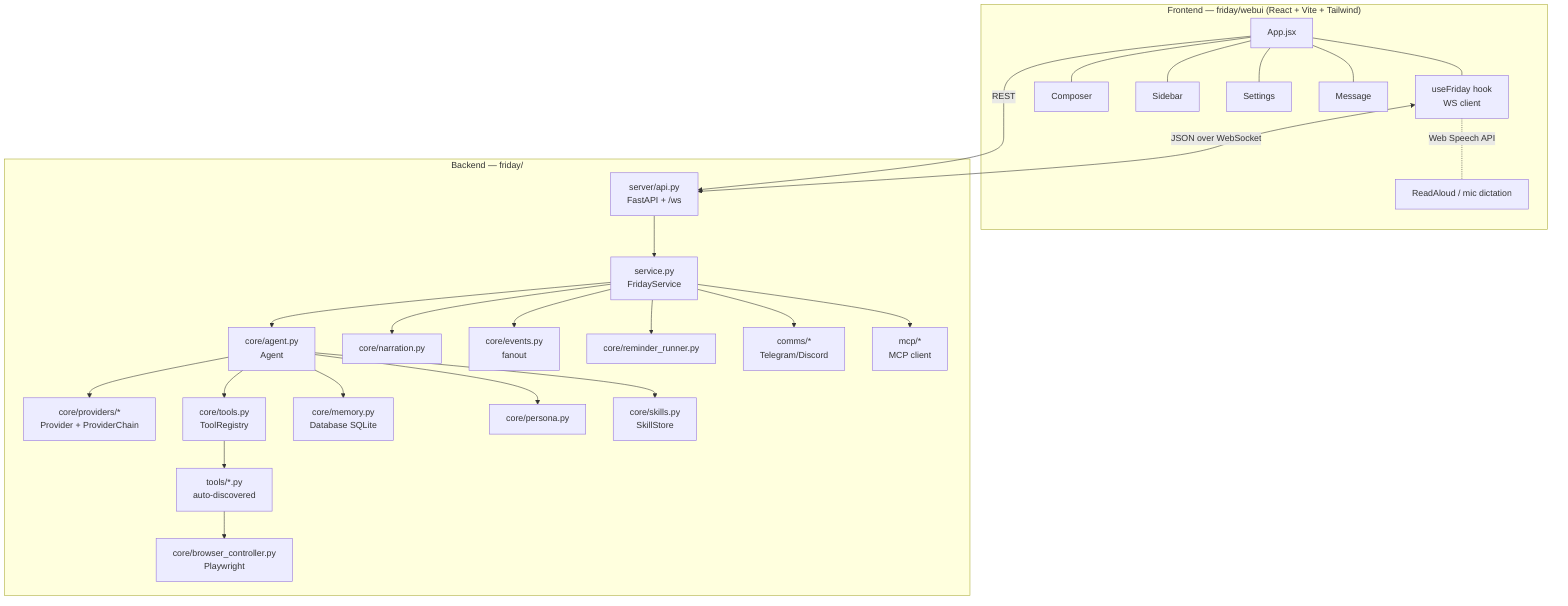
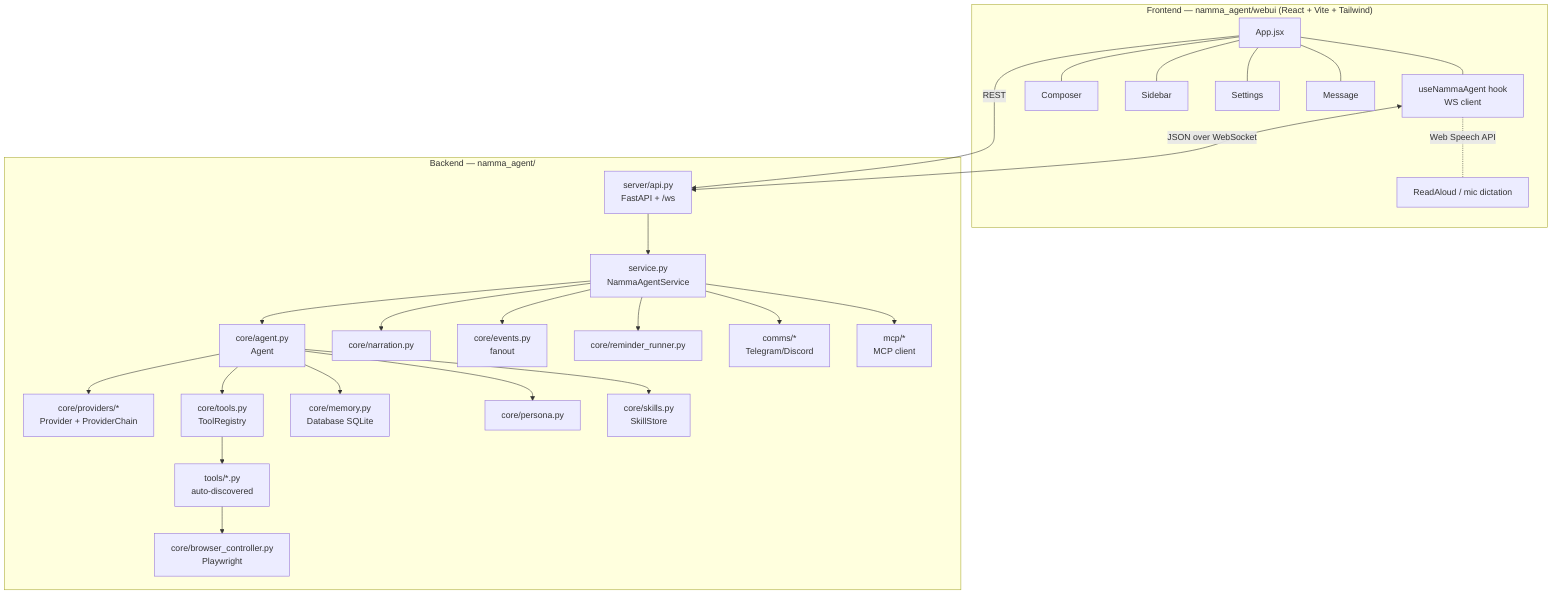
flowchart TB
-     subgraph Frontend["Frontend — friday/webui (React + Vite + Tailwind)"]
-         App[App.jsx] --- Hook[useFriday hook<br/>WS client]
+     subgraph Frontend["Frontend — namma_agent/webui (React + Vite + Tailwind)"]
+         App[App.jsx] --- Hook[useNammaAgent hook<br/>WS client]
        App --- Composer & Sidebar & Settings & Message
        Hook -. Web Speech API .- Voice[ReadAloud / mic dictation]
    end

-     subgraph Backend["Backend — friday/"]
-         API[server/api.py<br/>FastAPI + /ws] --> SVC[service.py<br/>FridayService]
+     subgraph Backend["Backend — namma_agent/"]
+         API[server/api.py<br/>FastAPI + /ws] --> SVC[service.py<br/>NammaAgentService]
        SVC --> AG[core/agent.py<br/>Agent]
        SVC --> NAR[core/narration.py]
        SVC --> EV[core/events.py<br/>fanout]
        AG --> PROV[core/providers/*<br/>Provider + ProviderChain]
        AG --> REG[core/tools.py<br/>ToolRegistry]
        AG --> DB[core/memory.py<br/>Database SQLite]
        AG --> PERS[core/persona.py]
        AG --> SK[core/skills.py<br/>SkillStore]
        REG --> TOOLS[tools/*.py<br/>auto-discovered]
        SVC --> RR[core/reminder_runner.py]
        SVC --> CM[comms/*<br/>Telegram/Discord]
        SVC --> MC[mcp/*<br/>MCP client]
        TOOLS --> BC[core/browser_controller.py<br/>Playwright]
    end

    Hook <-->|JSON over WebSocket| API
    App -->|REST| API
